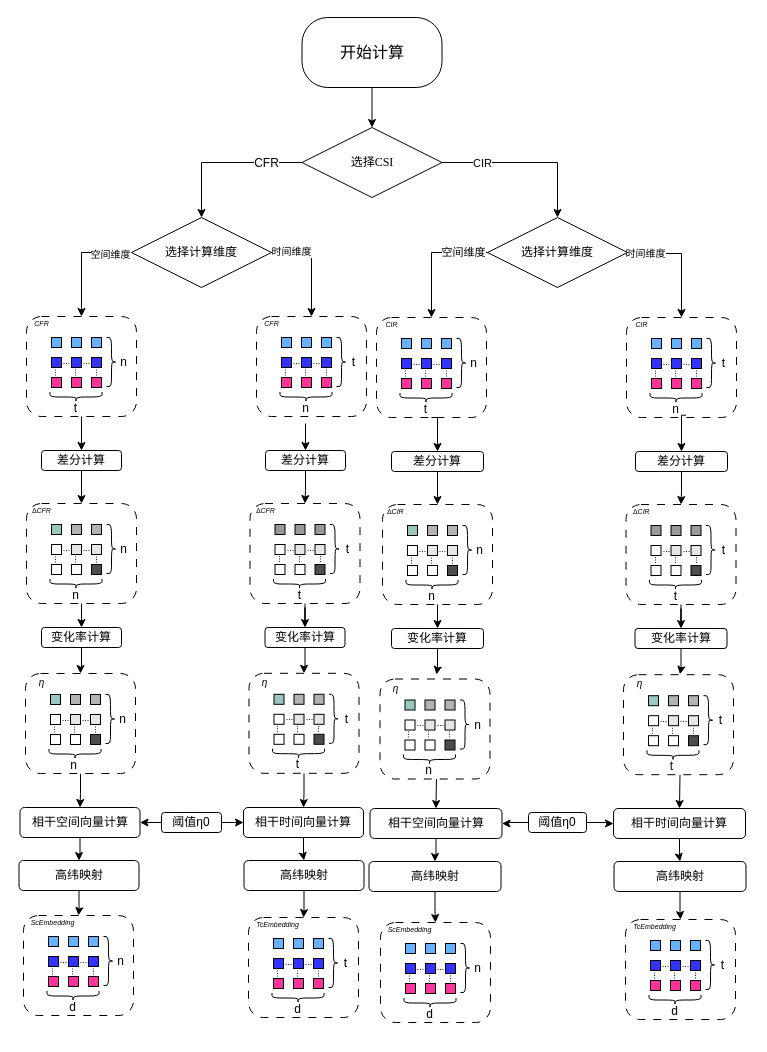
The draw.io diagram Coherence Embedding.drawio in 1434470591/wubotao.github.io, before the edit. Source tidied: cells renumbered, new cells numbered last; positions are measured from the earlier drawing's top-left corner, leaving out a move shared by most shapes. Both pictures are drawn from the tidied source at 100%, with x=0, y=0 at pixel (17, 17).
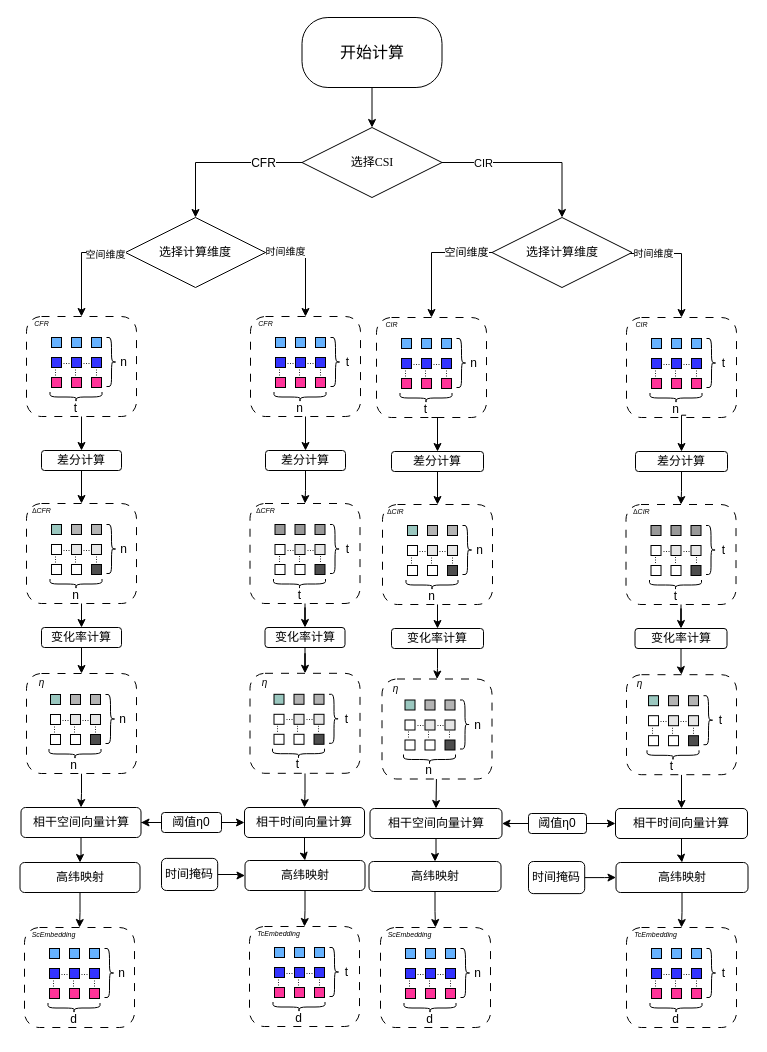
Above is the later version.

Unchanged cells that the change refers to:
```xml
<mxCell id="12" style="edgeStyle=orthogonalEdgeStyle;rounded=0;jettySize=auto;html=1;entryX=0.5;entryY=0;entryDx=0;entryDy=0;" parent="1" edge="1" target="232">
  <mxGeometry relative="1" as="geometry">
    <mxPoint x="524" y="235" as="sourcePoint" />
    <Array as="points">
      <mxPoint x="524" y="236" />
      <mxPoint x="664" y="236" />
      <mxPoint x="664" y="300" />
    </Array>
  </mxGeometry>
</mxCell>
<mxCell id="41" style="rounded=1;whiteSpace=wrap;html=1;dashed=1;dashPattern=8 8;" parent="40" vertex="1">
  <mxGeometry x="5" y="9" width="110" height="100" as="geometry" />
</mxCell>
<mxCell id="60" value="n" style="text;html=1;align=center;verticalAlign=middle;points=[];strokeColor=none;fillColor=none;" parent="40" vertex="1">
  <mxGeometry x="39" y="86" width="30" height="30" as="geometry" />
</mxCell>
<mxCell id="86" value="差分计算" style="rounded=1;whiteSpace=wrap;html=1;" parent="1" vertex="1">
  <mxGeometry x="248" y="433" width="80" height="20" as="geometry" />
</mxCell>
<mxCell id="165" style="rounded=1;whiteSpace=wrap;html=1;dashed=1;dashPattern=8 8;" parent="164" vertex="1">
  <mxGeometry x="5" y="9" width="110" height="100" as="geometry" />
</mxCell>
<mxCell id="301" value="变化率计算" style="rounded=1;whiteSpace=wrap;html=1;" parent="1" vertex="1">
  <mxGeometry x="374" y="611" width="92" height="20" as="geometry" />
</mxCell>
<mxCell id="303" value="变化率计算" style="rounded=1;whiteSpace=wrap;html=1;" parent="1" vertex="1">
  <mxGeometry x="617.5" y="611" width="92" height="20" as="geometry" />
</mxCell>
<mxCell id="315" style="group;rotation=90;" parent="1" vertex="1">
  <mxGeometry x="351" y="890" width="129" height="116" as="geometry" />
</mxCell>
```

The edit, as a diff of the source:
```diff
@@
     <mxCell id="11" value="选择计算维度" style="rhombus;whiteSpace=wrap;html=1;fontFamily=Times New Roman;" parent="1" vertex="1">
-      <mxGeometry x="114" y="200" width="140" height="70" as="geometry" />
+      <mxGeometry x="108" y="200" width="140" height="70" as="geometry" />
     </mxCell>
@@
     <mxCell id="13" value="&lt;font style=&quot;font-size: 10px;&quot;&gt;时间维度&lt;/font&gt;" style="edgeLabel;html=1;align=center;verticalAlign=middle;" parent="12" vertex="1">
       <mxGeometry x="-0.64" y="2" relative="1" as="geometry">
-        <mxPoint x="67" y="1" as="offset" />
+        <mxPoint x="75" y="1" as="offset" />
       </mxGeometry>
     </mxCell>
@@
     <mxCell id="16" value="选择计算维度" style="rhombus;whiteSpace=wrap;html=1;fontFamily=Times New Roman;" parent="1" vertex="1">
-      <mxGeometry x="470" y="200" width="140" height="70" as="geometry" />
+      <mxGeometry x="474.5" y="200" width="140" height="70" as="geometry" />
     </mxCell>
@@
     <mxCell id="40" style="group;" parent="1" vertex="1">
-      <mxGeometry x="234" y="290" width="117" height="116" as="geometry" />
+      <mxGeometry x="228" y="290" width="117" height="116" as="geometry" />
     </mxCell>
@@
-    <mxCell id="87" style="edgeStyle=orthogonalEdgeStyle;rounded=0;jettySize=auto;html=1;entryX=0.5;entryY=0;entryDx=0;entryDy=0;" parent="1" edge="1" source="60" target="86">
-      <mxGeometry relative="1" as="geometry" />
-    </mxCell>
@@
     <mxCell id="116" style="rounded=1;whiteSpace=wrap;html=1;dashed=1;dashPattern=8 8;" parent="1" vertex="1">
-      <mxGeometry x="8" y="656" width="110" height="100" as="geometry" />
+      <mxGeometry x="9" y="656" width="110" height="100" as="geometry" />
     </mxCell>
@@
     <mxCell id="137" style="rounded=1;whiteSpace=wrap;html=1;dashed=1;dashPattern=8 8;" parent="1" vertex="1">
-      <mxGeometry x="231.5" y="655.8" width="110" height="100" as="geometry" />
+      <mxGeometry x="232.5" y="655.8" width="110" height="100" as="geometry" />
     </mxCell>
@@
     <mxCell id="158" value="相干空间向量计算" style="rounded=1;whiteSpace=wrap;html=1;" parent="1" vertex="1">
-      <mxGeometry x="2.5" y="790" width="120" height="30" as="geometry" />
+      <mxGeometry x="3.5" y="790" width="120" height="30" as="geometry" />
     </mxCell>
@@
     <mxCell id="160" value="相干时间向量计算" style="rounded=1;whiteSpace=wrap;html=1;" parent="1" vertex="1">
-      <mxGeometry x="226" y="790" width="120" height="30" as="geometry" />
+      <mxGeometry x="227" y="790" width="120" height="30" as="geometry" />
     </mxCell>
@@
     <mxCell id="164" style="group;" parent="1" vertex="1">
-      <mxGeometry x="1" y="889" width="117" height="116" as="geometry" />
+      <mxGeometry x="2" y="901" width="117" height="116" as="geometry" />
     </mxCell>
@@
     <mxCell id="185" style="group;" parent="1" vertex="1">
-      <mxGeometry x="226" y="891" width="117" height="116" as="geometry" />
+      <mxGeometry x="227" y="900" width="117" height="116" as="geometry" />
     </mxCell>
@@
-    <mxCell id="206" style="edgeStyle=orthogonalEdgeStyle;rounded=0;jettySize=auto;html=1;" parent="1" edge="1" source="207" target="165">
+    <mxCell id="206" style="edgeStyle=orthogonalEdgeStyle;rounded=0;jettySize=auto;html=1;entryX=0.5;entryY=0;entryDx=0;entryDy=0;" parent="1" edge="1" source="207" target="165">
       <mxGeometry relative="1" as="geometry" />
     </mxCell>
     <mxCell id="207" value="高纬映射" style="rounded=1;whiteSpace=wrap;html=1;" parent="1" vertex="1">
-      <mxGeometry x="1.5" y="843" width="120" height="30" as="geometry" />
+      <mxGeometry x="2.5" y="845" width="120" height="30" as="geometry" />
     </mxCell>
@@
     <mxCell id="209" value="高纬映射" style="rounded=1;whiteSpace=wrap;html=1;" parent="1" vertex="1">
-      <mxGeometry x="226.5" y="843" width="120" height="30" as="geometry" />
+      <mxGeometry x="227.5" y="843" width="120" height="30" as="geometry" />
     </mxCell>
@@
-    <mxCell id="300" style="edgeStyle=orthogonalEdgeStyle;rounded=0;jettySize=auto;html=1;entryX=0.5;entryY=0;entryDx=0;entryDy=0;" parent="1" edge="1" source="301">
-      <mxGeometry relative="1" as="geometry">
-        <mxPoint x="419" y="657" as="targetPoint" />
-      </mxGeometry>
-    </mxCell>
+    <mxCell id="401" style="edgeStyle=orthogonalEdgeStyle;rounded=0;jettySize=auto;html=1;entryX=0.5;entryY=0;entryDx=0;entryDy=0;" parent="1" edge="1" source="301" target="361">
+      <mxGeometry relative="1" as="geometry" />
+    </mxCell>
@@
-    <mxCell id="302" style="edgeStyle=orthogonalEdgeStyle;rounded=0;jettySize=auto;html=1;entryX=0.5;entryY=0;entryDx=0;entryDy=0;" parent="1" edge="1" source="303">
-      <mxGeometry relative="1" as="geometry">
-        <mxPoint x="662.5" y="656.8" as="targetPoint" />
-      </mxGeometry>
-    </mxCell>
+    <mxCell id="402" style="edgeStyle=orthogonalEdgeStyle;rounded=0;jettySize=auto;html=1;entryX=0.5;entryY=0;entryDx=0;entryDy=0;" parent="1" edge="1" source="303" target="381">
+      <mxGeometry relative="1" as="geometry" />
+    </mxCell>
@@
-    <mxCell id="307" style="edgeStyle=orthogonalEdgeStyle;rounded=0;jettySize=auto;html=1;entryX=0.5;entryY=0;entryDx=0;entryDy=0;" parent="1" edge="1" target="311">
-      <mxGeometry relative="1" as="geometry">
-        <mxPoint x="662.5" y="756.8" as="sourcePoint" />
-      </mxGeometry>
-    </mxCell>
@@
     <mxCell id="311" value="相干时间向量计算" style="rounded=1;whiteSpace=wrap;html=1;" parent="1" vertex="1">
-      <mxGeometry x="596" y="791" width="132" height="30" as="geometry" />
+      <mxGeometry x="598" y="791" width="132" height="30" as="geometry" />
     </mxCell>
@@
     <mxCell id="314" value="阈值η0" style="rounded=1;whiteSpace=wrap;html=1;" parent="1" vertex="1">
-      <mxGeometry x="511" y="795" width="58" height="20" as="geometry" />
+      <mxGeometry x="511" y="796" width="58" height="20" as="geometry" />
     </mxCell>
@@
     <mxCell id="316" style="rounded=1;whiteSpace=wrap;html=1;dashed=1;dashPattern=8 8;" parent="315" vertex="1">
-      <mxGeometry x="12" y="15" width="110" height="100" as="geometry" />
+      <mxGeometry x="12" y="20" width="110" height="100" as="geometry" />
     </mxCell>
     <mxCell id="317" style="rounded=0;whiteSpace=wrap;html=1;fillColor=#66B2FF;" parent="315" vertex="1">
-      <mxGeometry x="37" y="36" width="10" height="10" as="geometry" />
+      <mxGeometry x="37" y="41" width="10" height="10" as="geometry" />
     </mxCell>
     <mxCell id="318" style="rounded=0;whiteSpace=wrap;html=1;fillColor=#66B2FF;" parent="315" vertex="1">
-      <mxGeometry x="57" y="36" width="10" height="10" as="geometry" />
+      <mxGeometry x="57" y="41" width="10" height="10" as="geometry" />
     </mxCell>
     <mxCell id="319" style="rounded=0;whiteSpace=wrap;html=1;fillColor=#66B2FF;" parent="315" vertex="1">
-      <mxGeometry x="77" y="36" width="10" height="10" as="geometry" />
+      <mxGeometry x="77" y="41" width="10" height="10" as="geometry" />
     </mxCell>
     <mxCell id="320" style="rounded=0;whiteSpace=wrap;html=1;fillColor=#3333FF;" parent="315" vertex="1">
-      <mxGeometry x="37" y="56" width="10" height="10" as="geometry" />
+      <mxGeometry x="37" y="61" width="10" height="10" as="geometry" />
     </mxCell>
     <mxCell id="321" style="rounded=0;whiteSpace=wrap;html=1;fillColor=#3333FF;" parent="315" vertex="1">
-      <mxGeometry x="57" y="56" width="10" height="10" as="geometry" />
+      <mxGeometry x="57" y="61" width="10" height="10" as="geometry" />
     </mxCell>
     <mxCell id="322" style="rounded=0;whiteSpace=wrap;html=1;fillColor=#3333FF;" parent="315" vertex="1">
-      <mxGeometry x="77" y="56" width="10" height="10" as="geometry" />
+      <mxGeometry x="77" y="61" width="10" height="10" as="geometry" />
     </mxCell>
     <mxCell id="323" style="rounded=0;whiteSpace=wrap;html=1;fillColor=#FF3399;" parent="315" vertex="1">
-      <mxGeometry x="37" y="76" width="10" height="10" as="geometry" />
+      <mxGeometry x="37" y="81" width="10" height="10" as="geometry" />
     </mxCell>
     <mxCell id="324" style="rounded=0;whiteSpace=wrap;html=1;fillColor=#FF3399;" parent="315" vertex="1">
-      <mxGeometry x="57" y="76" width="10" height="10" as="geometry" />
+      <mxGeometry x="57" y="81" width="10" height="10" as="geometry" />
     </mxCell>
     <mxCell id="325" style="rounded=0;whiteSpace=wrap;html=1;fillColor=#FF3399;" parent="315" vertex="1">
-      <mxGeometry x="77" y="76" width="10" height="10" as="geometry" />
+      <mxGeometry x="77" y="81" width="10" height="10" as="geometry" />
     </mxCell>
     <mxCell id="326" value="&lt;font style=&quot;font-size: 9px;&quot;&gt;...&lt;/font&gt;" style="text;html=1;align=center;verticalAlign=middle;whiteSpace=wrap;rounded=0;" parent="315" vertex="1">
-      <mxGeometry x="45" y="58" width="15" as="geometry" />
+      <mxGeometry x="45" y="63" width="15" as="geometry" />
     </mxCell>
     <mxCell id="327" value="&lt;font style=&quot;font-size: 9px;&quot;&gt;...&lt;/font&gt;" style="text;html=1;align=center;verticalAlign=middle;whiteSpace=wrap;rounded=0;" parent="315" vertex="1">
-      <mxGeometry x="65" y="58" width="15" as="geometry" />
+      <mxGeometry x="65" y="63" width="15" as="geometry" />
     </mxCell>
     <mxCell id="328" value="&lt;font style=&quot;font-size: 9px;&quot;&gt;...&lt;/font&gt;" style="text;html=1;align=center;verticalAlign=middle;whiteSpace=wrap;rounded=0;rotation=90;" parent="315" vertex="1">
-      <mxGeometry x="79" y="71" width="15" as="geometry" />
+      <mxGeometry x="79" y="76" width="15" as="geometry" />
     </mxCell>
     <mxCell id="329" value="&lt;font style=&quot;font-size: 9px;&quot;&gt;...&lt;/font&gt;" style="text;html=1;align=center;verticalAlign=middle;whiteSpace=wrap;rounded=0;rotation=90;" parent="315" vertex="1">
-      <mxGeometry x="58" y="71" width="15" as="geometry" />
+      <mxGeometry x="58" y="76" width="15" as="geometry" />
     </mxCell>
     <mxCell id="330" value="&lt;font style=&quot;font-size: 9px;&quot;&gt;...&lt;/font&gt;" style="text;html=1;align=center;verticalAlign=middle;whiteSpace=wrap;rounded=0;rotation=90;" parent="315" vertex="1">
-      <mxGeometry x="38" y="71" width="15" as="geometry" />
+      <mxGeometry x="38" y="76" width="15" as="geometry" />
     </mxCell>
     <mxCell id="331" value="&lt;span style=&quot;font-size: 7px;&quot;&gt;&lt;i&gt;ScEmbedding&lt;/i&gt;&lt;/span&gt;" style="text;html=1;align=center;verticalAlign=middle;strokeColor=none;fillColor=none;" parent="315" vertex="1">
-      <mxGeometry x="6" y="6" width="70" height="30" as="geometry" />
+      <mxGeometry x="6" y="11" width="70" height="30" as="geometry" />
     </mxCell>
     <mxCell id="332" style="shape=curlyBracket;whiteSpace=wrap;html=1;rounded=1;flipH=1;labelPosition=right;verticalLabelPosition=middle;align=left;verticalAlign=middle;" parent="315" vertex="1">
-      <mxGeometry x="92" y="36" width="10" height="49" as="geometry" />
+      <mxGeometry x="92" y="41" width="10" height="49" as="geometry" />
     </mxCell>
     <mxCell id="333" style="shape=curlyBracket;whiteSpace=wrap;html=1;rounded=1;flipH=1;labelPosition=right;verticalLabelPosition=middle;align=left;verticalAlign=middle;rotation=90;size=0.5;" parent="315" vertex="1">
-      <mxGeometry x="56.5" y="69.5" width="10" height="52" as="geometry" />
+      <mxGeometry x="56.5" y="74.5" width="10" height="52" as="geometry" />
     </mxCell>
     <mxCell id="334" value="n" style="text;html=1;align=center;verticalAlign=middle;strokeColor=none;fillColor=none;" parent="315" vertex="1">
-      <mxGeometry x="94" y="46" width="30" height="30" as="geometry" />
+      <mxGeometry x="94" y="51" width="30" height="30" as="geometry" />
     </mxCell>
     <mxCell id="335" value="d" style="text;html=1;align=center;verticalAlign=middle;strokeColor=none;fillColor=none;" parent="315" vertex="1">
-      <mxGeometry x="46" y="92" width="30" height="30" as="geometry" />
+      <mxGeometry x="46" y="97" width="30" height="30" as="geometry" />
     </mxCell>
     <mxCell id="336" style="group;" parent="1" vertex="1">
-      <mxGeometry x="603" y="893" width="129" height="116" as="geometry" />
+      <mxGeometry x="604" y="901" width="129" height="116" as="geometry" />
     </mxCell>
@@
     <mxCell id="360" value="高纬映射" style="rounded=1;whiteSpace=wrap;html=1;" parent="1" vertex="1">
-      <mxGeometry x="596.5" y="844" width="132" height="30" as="geometry" />
+      <mxGeometry x="598.5" y="845" width="132" height="30" as="geometry" />
     </mxCell>
     <mxCell id="361" style="rounded=1;whiteSpace=wrap;html=1;dashed=1;dashPattern=8 8;" parent="1" vertex="1">
-      <mxGeometry x="362.5" y="661.5" width="110" height="100" as="geometry" />
+      <mxGeometry x="364.5" y="661.5" width="110" height="100" as="geometry" />
     </mxCell>
@@
+    <mxCell id="403" style="edgeStyle=orthogonalEdgeStyle;rounded=0;jettySize=auto;html=1;entryX=0.5;entryY=0;entryDx=0;entryDy=0;" parent="1" edge="1" source="381" target="311">
+      <mxGeometry relative="1" as="geometry" />
+    </mxCell>
     <mxCell id="381" style="rounded=1;whiteSpace=wrap;html=1;dashed=1;dashPattern=8 8;" parent="1" vertex="1">
-      <mxGeometry x="606" y="657.2" width="110" height="100" as="geometry" />
+      <mxGeometry x="609" y="657.2" width="110" height="100" as="geometry" />
     </mxCell>
@@
+    <mxCell id="404" style="edgeStyle=orthogonalEdgeStyle;rounded=0;jettySize=auto;html=1;" parent="1" edge="1" source="405" target="209">
+      <mxGeometry relative="1" as="geometry" />
+    </mxCell>
+    <mxCell id="405" value="时间掩码" style="rounded=1;whiteSpace=wrap;html=1;" parent="1" vertex="1">
+      <mxGeometry x="144" y="840.9" width="56.2" height="32.1" as="geometry" />
+    </mxCell>
+    <mxCell id="406" style="edgeStyle=orthogonalEdgeStyle;rounded=0;jettySize=auto;html=1;entryX=0;entryY=0.5;entryDx=0;entryDy=0;" parent="1" edge="1" source="407" target="360">
+      <mxGeometry relative="1" as="geometry" />
+    </mxCell>
+    <mxCell id="407" value="时间掩码" style="rounded=1;whiteSpace=wrap;html=1;" parent="1" vertex="1">
+      <mxGeometry x="511" y="844" width="56.2" height="32.1" as="geometry" />
+    </mxCell>
+    <mxCell id="408" style="edgeStyle=orthogonalEdgeStyle;rounded=0;jettySize=auto;html=1;entryX=0.5;entryY=0;entryDx=0;entryDy=0;" parent="1" edge="1" source="41" target="86">
+      <mxGeometry relative="1" as="geometry" />
+    </mxCell>
```
